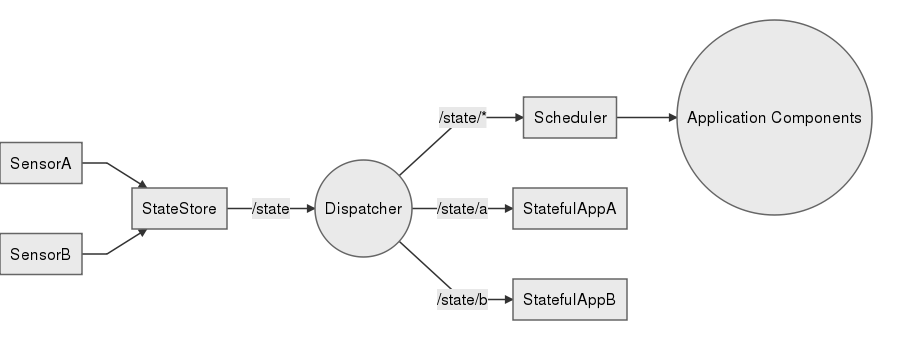
Earlier version of the Mermaid export core.mermaid.png (asbjornenge/dux). Its source is kept beside it as core.mermaid.
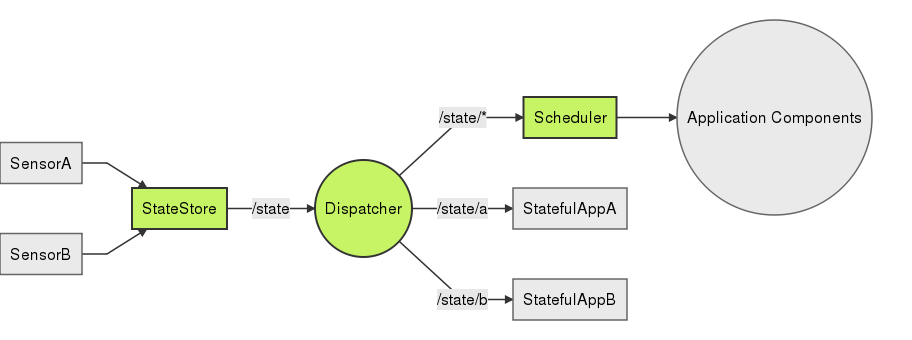
Above is the later version.

Diff of the diagram source:
```diff
@@ -12,3 +12,8 @@
 	Scheduler --> Applications
     SensorA --> StateStore
     SensorB --> StateStore
+
+    classDef core fill:#C7F464,stroke:#333,stroke-width:2px;
+    classDef sensor fill:#4ECDC4,stroke:#333,stroke-width:2px;
+
+    class StateStore,Dispatcher,Scheduler core
```
